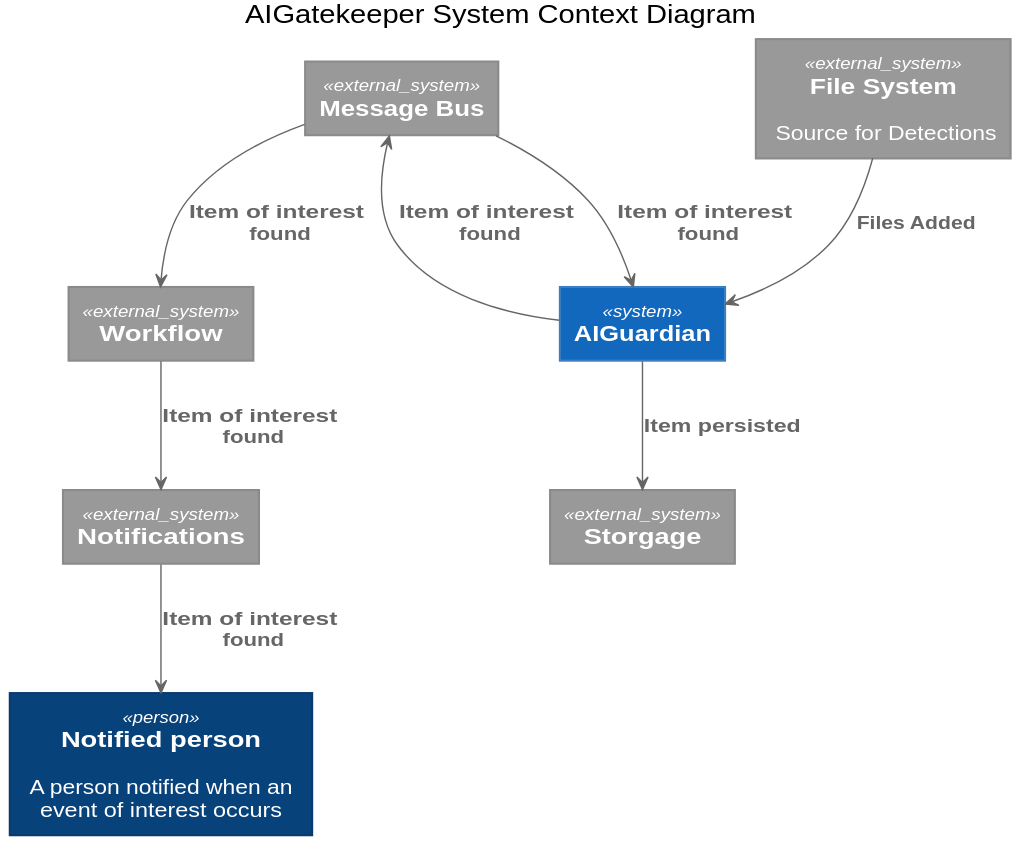
This is diagrams/systemcontext.svg from johnhinz/AIGatekeeper, a PlantUML export, as it was before one commit.
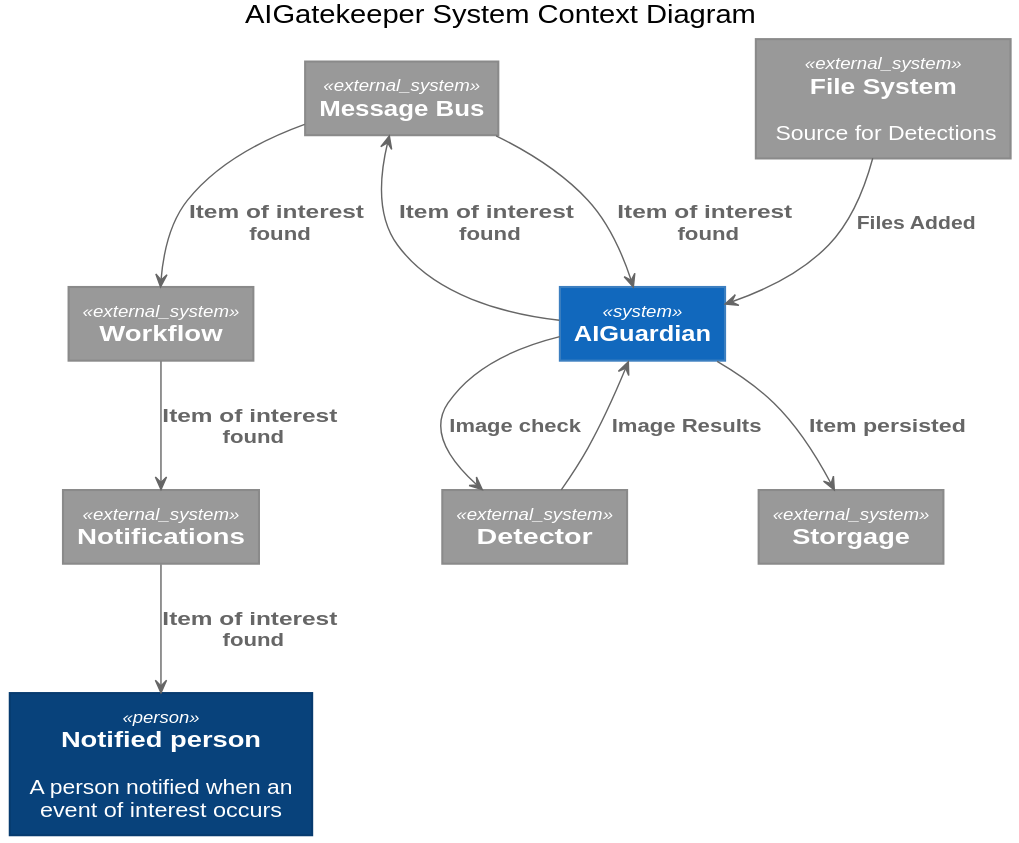
Above is the later version.

The edit, as a diff of the source:
```diff
@@ -14,8 +14,13 @@
 System_Ext(notification, "Notifications")
 System_Ext(workflow, "Workflow")
 System_Ext(persist, "Storgage")
+System_Ext(detect, "Detector")
 
 Rel(filesys, guard, "Files Added")
+
+Rel(guard, detect, "Image check")
+Rel(detect, guard, "Image Results")
+
 Rel(guard, bus, "Item of interest found")
 Rel(bus, guard, "Item of interest found")
 Rel(bus, workflow, "Item of interest found")
```
